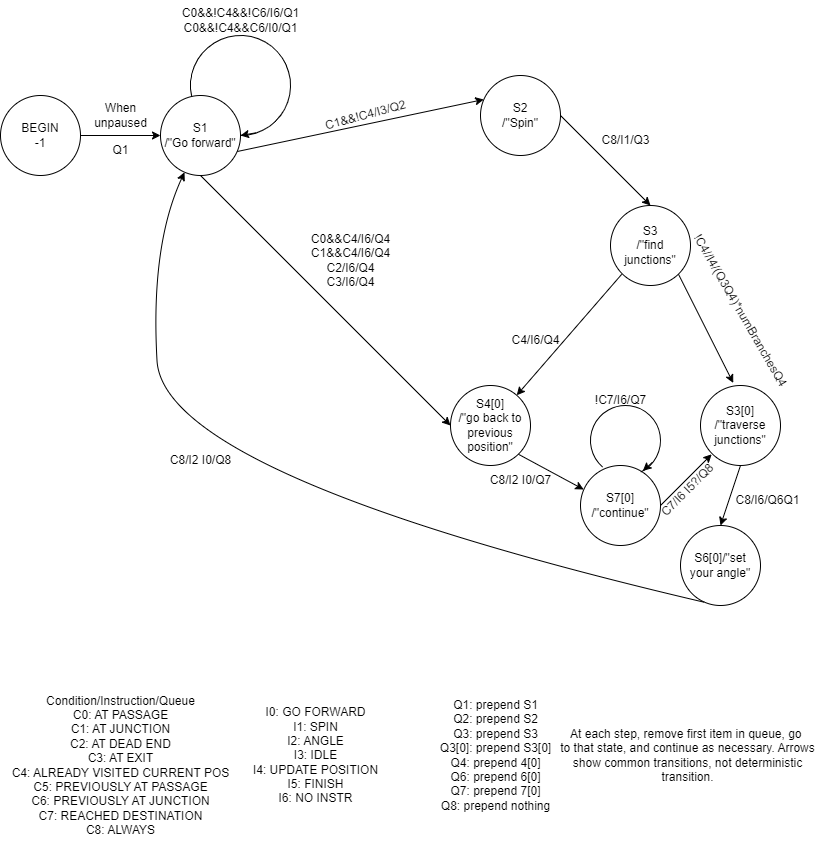
The draw.io diagram Documentation/Report/ServerStateMachine.png in ben5049/EEEBalanceBug, before a commit. Source tidied: cells renumbered, new cells last; positions are measured from the earlier drawing's top-left corner, leaving out a move shared by most shapes.
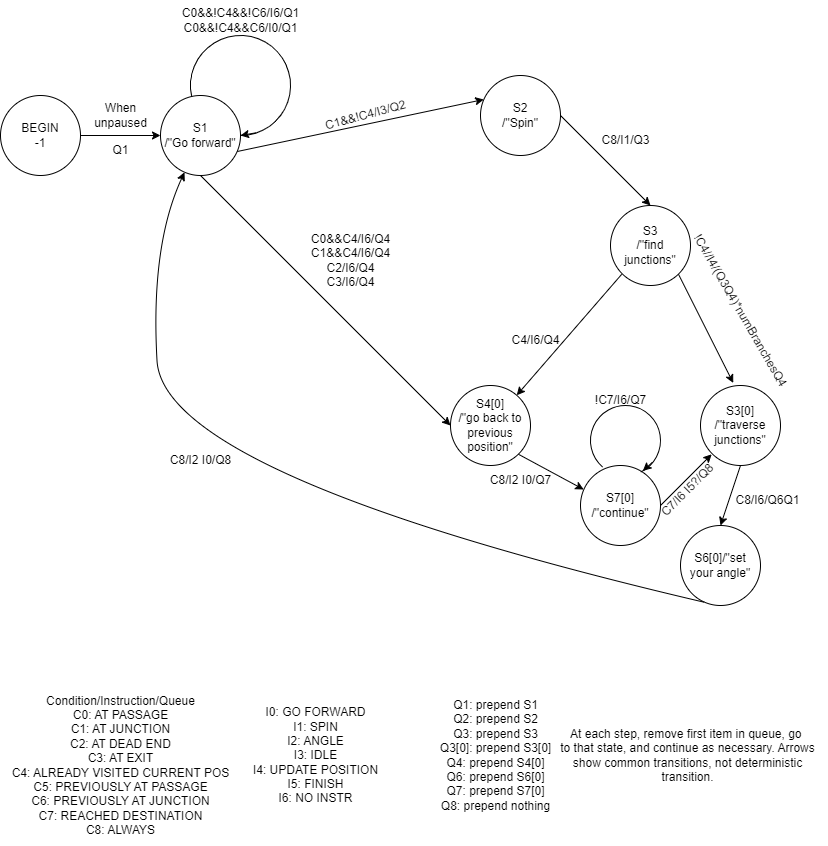
The same diagram one commit later.

Commit message:
fix server state machine report documentation

The edit, as a diff of the source:
```diff
@@ -35,7 +35,7 @@
     <mxCell id="12" value="I0: GO FORWARD&lt;br&gt;I1: SPIN&lt;br&gt;I2: ANGLE&lt;br&gt;I3: IDLE&lt;br&gt;I4: UPDATE POSITION&lt;br&gt;I5: FINISH&lt;br&gt;I6: NO INSTR" style="text;html=1;align=center;verticalAlign=middle;strokeColor=none;fillColor=none;" parent="1" vertex="1">
       <mxGeometry x="240" y="700" width="150" height="110" as="geometry" />
     </mxCell>
-    <mxCell id="13" value="Q1: prepend S1&lt;br&gt;Q2: prepend S2&lt;br&gt;Q3: prepend S3&lt;br&gt;Q3[0]: prepend S3[0]&lt;br&gt;Q4: prepend 4[0]&lt;br&gt;Q6: prepend 6[0]&lt;br&gt;Q7: prepend 7[0]&lt;br&gt;Q8: prepend nothing" style="text;html=1;align=center;verticalAlign=middle;strokeColor=none;fillColor=none;" parent="1" vertex="1">
+    <mxCell id="13" value="Q1: prepend S1&lt;br&gt;Q2: prepend S2&lt;br&gt;Q3: prepend S3&lt;br&gt;Q3[0]: prepend S3[0]&lt;br&gt;Q4: prepend S4[0]&lt;br&gt;Q6: prepend S6[0]&lt;br&gt;Q7: prepend S7[0]&lt;br&gt;Q8: prepend nothing" style="text;html=1;align=center;verticalAlign=middle;strokeColor=none;fillColor=none;" parent="1" vertex="1">
       <mxGeometry x="430" y="690" width="130" height="130" as="geometry" />
     </mxCell>
     <mxCell id="14" value="When &lt;br&gt;unpaused" style="text;html=1;align=center;verticalAlign=middle;strokeColor=none;fillColor=none;" parent="1" vertex="1">
```
